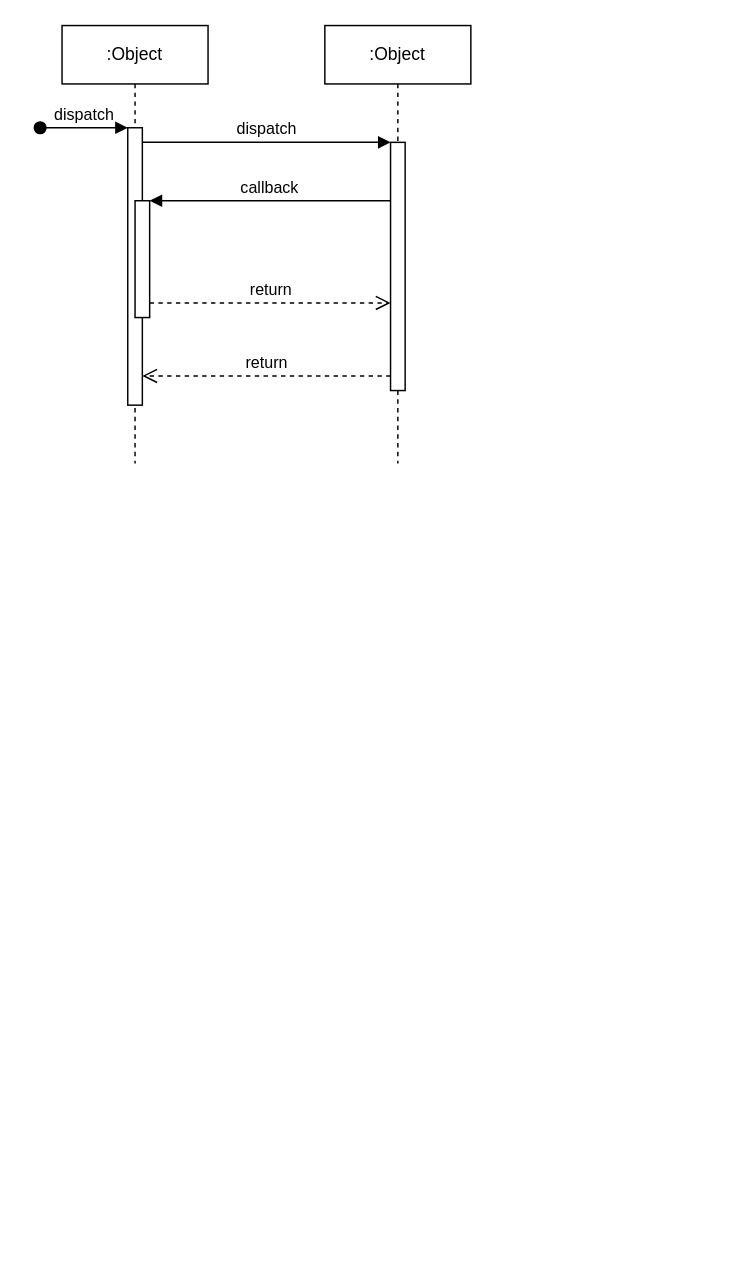
This is Untitled Diagram.drawio from SaravananRamadoss/SaravananRamadoss, a draw.io file, before an edit. Source tidied: cells renumbered, new cells numbered last; positions are measured from the earlier drawing's top-left corner, leaving out a move shared by most shapes. Both pictures are drawn from the tidied source at 146%, with x=0, y=0 at pixel (39, 25).
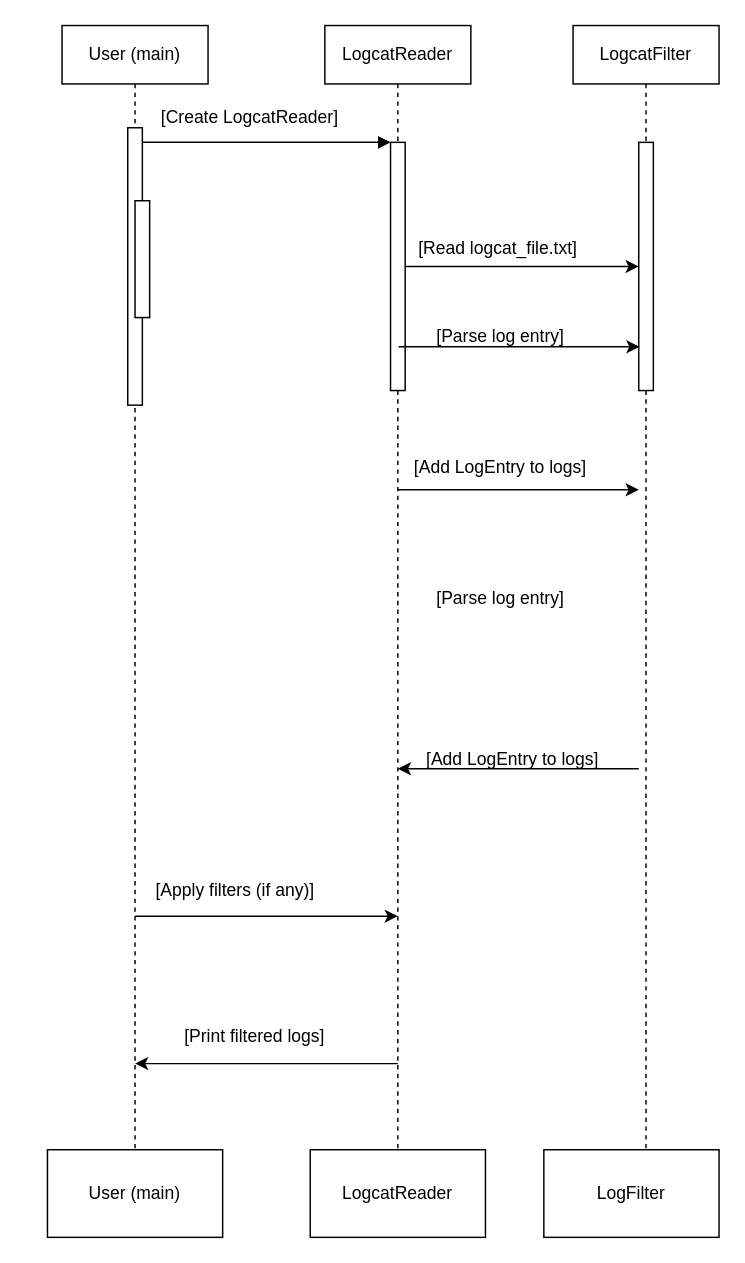
Above is the later version.

Unchanged cells that the change refers to:
```xml
<mxCell id="3" style="html=1;points=[];perimeter=orthogonalPerimeter;outlineConnect=0;targetShapes=umlLifeline;portConstraint=eastwest;newEdgeStyle={&quot;edgeStyle&quot;:&quot;elbowEdgeStyle&quot;,&quot;elbow&quot;:&quot;vertical&quot;,&quot;curved&quot;:0,&quot;rounded&quot;:0};" parent="2" vertex="1">
  <mxGeometry x="45" y="70" width="10" height="190" as="geometry" />
</mxCell>
<mxCell id="5" style="html=1;points=[];perimeter=orthogonalPerimeter;outlineConnect=0;targetShapes=umlLifeline;portConstraint=eastwest;newEdgeStyle={&quot;edgeStyle&quot;:&quot;elbowEdgeStyle&quot;,&quot;elbow&quot;:&quot;vertical&quot;,&quot;curved&quot;:0,&quot;rounded&quot;:0};" parent="2" vertex="1">
  <mxGeometry x="50" y="120" width="10" height="80" as="geometry" />
</mxCell>
<mxCell id="7" style="html=1;points=[];perimeter=orthogonalPerimeter;outlineConnect=0;targetShapes=umlLifeline;portConstraint=eastwest;newEdgeStyle={&quot;edgeStyle&quot;:&quot;elbowEdgeStyle&quot;,&quot;elbow&quot;:&quot;vertical&quot;,&quot;curved&quot;:0,&quot;rounded&quot;:0};" parent="6" vertex="1">
  <mxGeometry x="45" y="80" width="10" height="170" as="geometry" />
</mxCell>
```

Change to the diagram source:
```diff
@@
-    <mxCell id="2" value=":Object" style="shape=umlLifeline;perimeter=lifelinePerimeter;whiteSpace=wrap;html=1;newEdgeStyle={&quot;edgeStyle&quot;:&quot;elbowEdgeStyle&quot;,&quot;elbow&quot;:&quot;vertical&quot;,&quot;curved&quot;:0,&quot;rounded&quot;:0};" parent="1" vertex="1">
-      <mxGeometry x="15" width="100" height="300" as="geometry" />
+    <mxCell id="2" value="&amp;nbsp;User (main)&amp;nbsp;" style="shape=umlLifeline;perimeter=lifelinePerimeter;whiteSpace=wrap;html=1;newEdgeStyle={&quot;edgeStyle&quot;:&quot;elbowEdgeStyle&quot;,&quot;elbow&quot;:&quot;vertical&quot;,&quot;curved&quot;:0,&quot;rounded&quot;:0};" parent="1" vertex="1">
+      <mxGeometry x="15" width="100" height="770" as="geometry" />
     </mxCell>
@@
-    <mxCell id="4" value="dispatch" style="html=1;verticalAlign=bottom;startArrow=oval;endArrow=block;startSize=8;edgeStyle=elbowEdgeStyle;elbow=vertical;curved=0;rounded=0;" parent="2" edge="1" target="3">
-      <mxGeometry relative="1" as="geometry">
-        <mxPoint x="-15" y="70" as="sourcePoint" />
-      </mxGeometry>
-    </mxCell>
@@
+    <mxCell id="12" style="edgeStyle=elbowEdgeStyle;rounded=0;jettySize=auto;html=1;elbow=vertical;curved=0;" parent="1" edge="1" source="6" target="14">
+      <mxGeometry relative="1" as="geometry" />
+    </mxCell>
-    <mxCell id="6" value=":Object" style="shape=umlLifeline;perimeter=lifelinePerimeter;whiteSpace=wrap;html=1;outlineConnect=0;portConstraint=eastwest;newEdgeStyle={&quot;edgeStyle&quot;:&quot;elbowEdgeStyle&quot;,&quot;elbow&quot;:&quot;vertical&quot;,&quot;curved&quot;:0,&quot;rounded&quot;:0};" parent="1" vertex="1">
-      <mxGeometry x="195" width="100" height="300" as="geometry" />
+    <mxCell id="6" value="LogcatReader " style="shape=umlLifeline;perimeter=lifelinePerimeter;whiteSpace=wrap;html=1;outlineConnect=0;portConstraint=eastwest;newEdgeStyle={&quot;edgeStyle&quot;:&quot;elbowEdgeStyle&quot;,&quot;elbow&quot;:&quot;vertical&quot;,&quot;curved&quot;:0,&quot;rounded&quot;:0};" parent="1" vertex="1">
+      <mxGeometry x="195" width="100" height="770" as="geometry" />
     </mxCell>
@@
-    <mxCell id="8" value="dispatch" style="html=1;verticalAlign=bottom;endArrow=block;edgeStyle=elbowEdgeStyle;elbow=vertical;curved=0;rounded=0;" parent="1" edge="1" source="3" target="7">
+    <mxCell id="8" style="html=1;verticalAlign=bottom;endArrow=block;edgeStyle=elbowEdgeStyle;elbow=vertical;curved=0;rounded=0;" parent="1" edge="1" source="3" target="7">
       <mxGeometry relative="1" as="geometry">
         <Array as="points">
           <mxPoint x="155" y="80" />
         </Array>
       </mxGeometry>
     </mxCell>
-    <mxCell id="9" value="return" style="html=1;verticalAlign=bottom;endArrow=open;dashed=1;endSize=8;edgeStyle=elbowEdgeStyle;elbow=vertical;curved=0;rounded=0;" parent="1" edge="1" source="7" target="3">
-      <mxGeometry relative="1" as="geometry">
-        <Array as="points">
-          <mxPoint x="165" y="240" />
-        </Array>
-      </mxGeometry>
-    </mxCell>
-    <mxCell id="10" value="callback" style="html=1;verticalAlign=bottom;endArrow=block;edgeStyle=elbowEdgeStyle;elbow=vertical;curved=0;rounded=0;" parent="1" edge="1" source="7" target="5">
-      <mxGeometry relative="1" as="geometry">
-        <Array as="points">
-          <mxPoint x="165" y="120" />
-        </Array>
-      </mxGeometry>
-    </mxCell>
-    <mxCell id="11" value="return" style="html=1;verticalAlign=bottom;endArrow=open;dashed=1;endSize=8;edgeStyle=elbowEdgeStyle;elbow=vertical;curved=0;rounded=0;" parent="1" edge="1" source="5" target="7">
-      <mxGeometry relative="1" as="geometry">
-        <Array as="points">
-          <mxPoint x="155" y="190" />
-        </Array>
-      </mxGeometry>
-    </mxCell>
+    <mxCell id="13" value="LogcatFilter" style="shape=umlLifeline;perimeter=lifelinePerimeter;whiteSpace=wrap;html=1;newEdgeStyle={&quot;edgeStyle&quot;:&quot;elbowEdgeStyle&quot;,&quot;elbow&quot;:&quot;vertical&quot;,&quot;curved&quot;:0,&quot;rounded&quot;:0};" parent="1" vertex="1">
+      <mxGeometry x="365" width="100" height="770" as="geometry" />
+    </mxCell>
+    <mxCell id="14" style="html=1;points=[];perimeter=orthogonalPerimeter;outlineConnect=0;targetShapes=umlLifeline;portConstraint=eastwest;newEdgeStyle={&quot;edgeStyle&quot;:&quot;elbowEdgeStyle&quot;,&quot;elbow&quot;:&quot;vertical&quot;,&quot;curved&quot;:0,&quot;rounded&quot;:0};" parent="13" vertex="1">
+      <mxGeometry x="45" y="80" width="10" height="170" as="geometry" />
+    </mxCell>
+    <mxCell id="15" value="[Read logcat_file.txt]&amp;nbsp;" style="text;html=1;align=center;verticalAlign=middle;strokeColor=none;fillColor=none;" parent="1" vertex="1">
+      <mxGeometry x="245" y="138" width="140" height="30" as="geometry" />
+    </mxCell>
+    <mxCell id="16" style="edgeStyle=elbowEdgeStyle;rounded=0;orthogonalLoop=1;jettySize=auto;html=1;elbow=vertical;curved=0;" parent="1" edge="1">
+      <mxGeometry relative="1" as="geometry">
+        <mxPoint x="245.5" y="220" as="sourcePoint" />
+        <mxPoint x="410.5" y="220" as="targetPoint" />
+      </mxGeometry>
+    </mxCell>
+    <mxCell id="17" value="&amp;nbsp;[Parse log entry]&amp;nbsp;" style="text;html=1;align=center;verticalAlign=middle;strokeColor=none;fillColor=none;" parent="1" vertex="1">
+      <mxGeometry x="255" y="198" width="120" height="30" as="geometry" />
+    </mxCell>
+    <mxCell id="18" style="edgeStyle=elbowEdgeStyle;rounded=0;orthogonalLoop=1;jettySize=auto;html=1;elbow=horizontal;curved=0;" parent="1" edge="1">
+      <mxGeometry relative="1" as="geometry">
+        <mxPoint x="80" y="610" as="sourcePoint" />
+        <mxPoint x="245" y="610" as="targetPoint" />
+        <Array as="points">
+          <mxPoint x="65" y="610" />
+        </Array>
+      </mxGeometry>
+    </mxCell>
+    <mxCell id="19" value="&amp;nbsp;[Add LogEntry to logs]&amp;nbsp;" style="text;html=1;align=center;verticalAlign=middle;strokeColor=none;fillColor=none;" parent="1" vertex="1">
+      <mxGeometry x="240" y="288" width="150" height="30" as="geometry" />
+    </mxCell>
+    <mxCell id="20" style="edgeStyle=elbowEdgeStyle;rounded=0;orthogonalLoop=1;jettySize=auto;html=1;elbow=horizontal;curved=0;" parent="1" edge="1">
+      <mxGeometry relative="1" as="geometry">
+        <mxPoint x="410" y="509" as="sourcePoint" />
+        <mxPoint x="245" y="509" as="targetPoint" />
+      </mxGeometry>
+    </mxCell>
+    <mxCell id="21" value="[Parse log entry]" style="text;html=1;align=center;verticalAlign=middle;strokeColor=none;fillColor=none;" parent="1" vertex="1">
+      <mxGeometry x="260" y="378" width="110" height="30" as="geometry" />
+    </mxCell>
+    <mxCell id="22" value="&amp;nbsp; &amp;nbsp; &amp;nbsp; [Add LogEntry to logs]&amp;nbsp;" style="text;html=1;align=center;verticalAlign=middle;strokeColor=none;fillColor=none;" parent="1" vertex="1">
+      <mxGeometry x="235" y="488" width="160" height="30" as="geometry" />
+    </mxCell>
+    <mxCell id="23" style="edgeStyle=elbowEdgeStyle;rounded=0;orthogonalLoop=1;jettySize=auto;html=1;elbow=vertical;curved=0;" parent="1" edge="1">
+      <mxGeometry relative="1" as="geometry">
+        <mxPoint x="245" y="318" as="sourcePoint" />
+        <mxPoint x="410" y="318" as="targetPoint" />
+      </mxGeometry>
+    </mxCell>
+    <mxCell id="24" value="[Apply filters (if any)]&amp;nbsp;" style="text;html=1;align=center;verticalAlign=middle;strokeColor=none;fillColor=none;" parent="1" vertex="1">
+      <mxGeometry x="65" y="578" width="140" height="30" as="geometry" />
+    </mxCell>
+    <mxCell id="25" style="edgeStyle=elbowEdgeStyle;rounded=0;orthogonalLoop=1;jettySize=auto;html=1;elbow=horizontal;curved=0;" parent="1" edge="1">
+      <mxGeometry relative="1" as="geometry">
+        <mxPoint x="230" y="711" as="sourcePoint" />
+        <mxPoint x="65" y="711" as="targetPoint" />
+        <Array as="points">
+          <mxPoint x="245" y="711" />
+        </Array>
+      </mxGeometry>
+    </mxCell>
+    <mxCell id="26" value="&amp;nbsp;[Print filtered logs]" style="text;html=1;align=center;verticalAlign=middle;strokeColor=none;fillColor=none;" parent="1" vertex="1">
+      <mxGeometry x="85" y="678" width="120" height="30" as="geometry" />
+    </mxCell>
+    <mxCell id="27" value="LogFilter" style="rounded=0;whiteSpace=wrap;html=1;" parent="1" vertex="1">
+      <mxGeometry x="345" y="770" width="120" height="60" as="geometry" />
+    </mxCell>
+    <mxCell id="28" value="LogcatReader" style="rounded=0;whiteSpace=wrap;html=1;" parent="1" vertex="1">
+      <mxGeometry x="185" y="770" width="120" height="60" as="geometry" />
+    </mxCell>
+    <mxCell id="29" value="User (main)" style="rounded=0;whiteSpace=wrap;html=1;" parent="1" vertex="1">
+      <mxGeometry x="5" y="770" width="120" height="60" as="geometry" />
+    </mxCell>
+    <mxCell id="30" value="[Create LogcatReader]&amp;nbsp;" style="text;html=1;align=center;verticalAlign=middle;strokeColor=none;fillColor=none;" parent="1" vertex="1">
+      <mxGeometry x="70" y="48" width="150" height="30" as="geometry" />
+    </mxCell>
```
